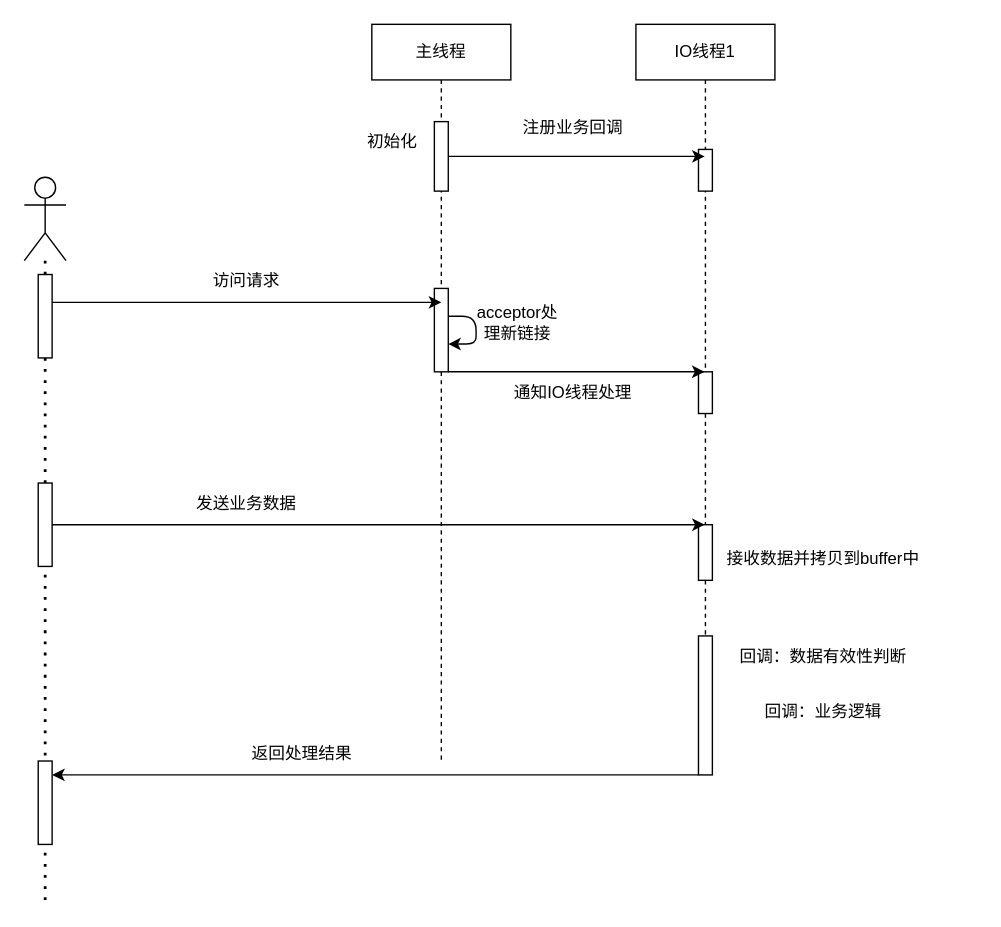
This is page "时序图" (4 of 6) of docs/easy_net.drawio from HLhuanglang/eNET, a draw.io file, before an edit. Source tidied: cells renumbered, new cells numbered last; positions are measured from the earlier drawing's top-left corner, leaving out a move shared by most shapes. Both pictures are drawn from the tidied source at 139%, with x=0, y=0 at pixel (24, 24).
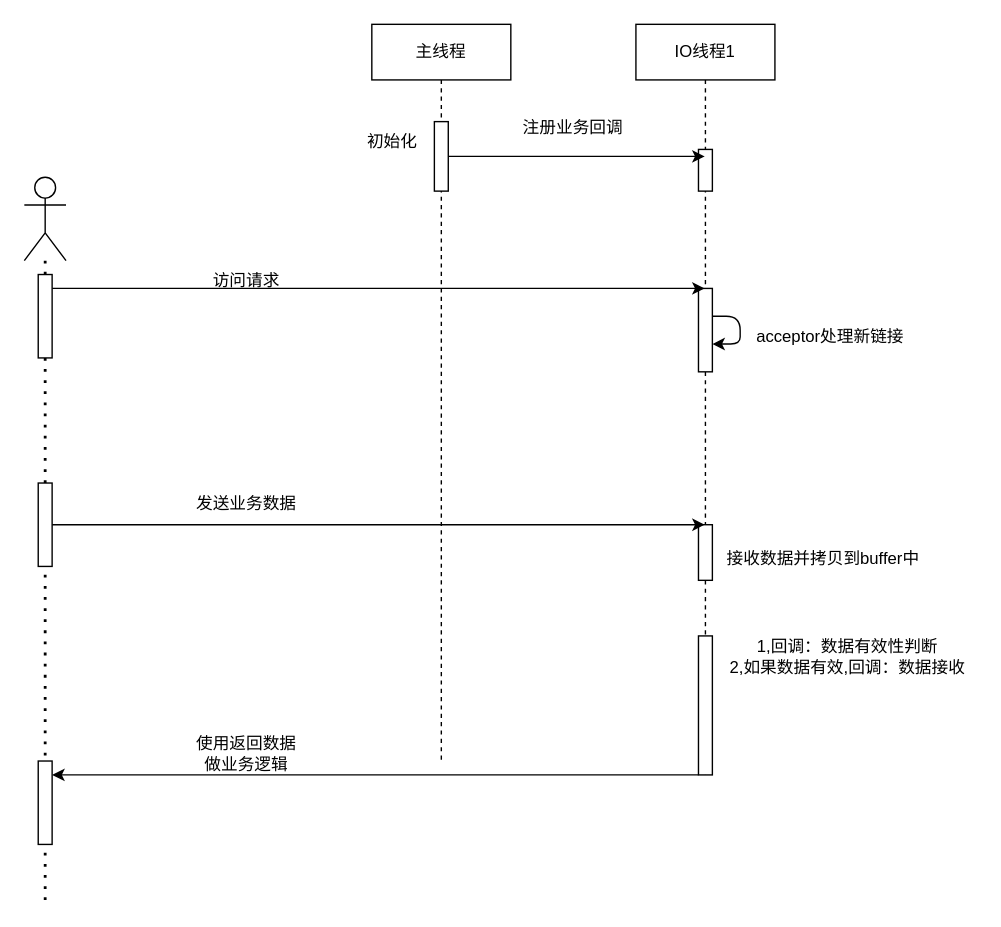
The same page after the edit.

The change refers to these unchanged cells:
```xml
<mxCell id="2" value="主线程" style="shape=umlLifeline;perimeter=lifelinePerimeter;whiteSpace=wrap;html=1;outlineConnect=0;" parent="1" vertex="1">
  <mxGeometry x="250" width="100" height="530" as="geometry" />
</mxCell>
<mxCell id="8" value="IO线程1" style="shape=umlLifeline;perimeter=lifelinePerimeter;whiteSpace=wrap;html=1;outlineConnect=0;" parent="1" vertex="1">
  <mxGeometry x="440" width="100" height="540" as="geometry" />
</mxCell>
<mxCell id="17" style="html=1;points=[];perimeter=orthogonalPerimeter;" parent="1" vertex="1">
  <mxGeometry x="10" y="180" width="10" height="60" as="geometry" />
</mxCell>
```

The edit, as a diff of the source:
```diff
@@
-    <mxCell id="3" style="edgeStyle=none;html=1;" parent="2" edge="1" source="4" target="2">
-      <mxGeometry relative="1" as="geometry" />
-    </mxCell>
-    <mxCell id="4" style="html=1;points=[];perimeter=orthogonalPerimeter;" parent="2" vertex="1">
-      <mxGeometry x="45" y="190" width="10" height="60" as="geometry" />
-    </mxCell>
-    <mxCell id="5" style="edgeStyle=none;html=1;" parent="2" edge="1" source="4" target="4">
-      <mxGeometry relative="1" as="geometry" />
-    </mxCell>
@@
-    <mxCell id="9" style="html=1;points=[];perimeter=orthogonalPerimeter;" parent="8" vertex="1">
-      <mxGeometry x="45" y="250" width="10" height="30" as="geometry" />
-    </mxCell>
@@
+    <mxCell id="4" style="html=1;points=[];perimeter=orthogonalPerimeter;" parent="8" vertex="1">
+      <mxGeometry x="45" y="190" width="10" height="60" as="geometry" />
+    </mxCell>
+    <mxCell id="5" style="edgeStyle=none;html=1;" parent="8" edge="1" source="4" target="4">
+      <mxGeometry relative="1" as="geometry" />
+    </mxCell>
+    <mxCell id="20" style="edgeStyle=none;html=1;entryX=0.433;entryY=-0.001;entryDx=0;entryDy=0;entryPerimeter=0;" parent="8" edge="1" source="4">
+      <mxGeometry relative="1" as="geometry">
+        <mxPoint x="49.3" y="250" as="targetPoint" />
+      </mxGeometry>
+    </mxCell>
-    <mxCell id="13" style="edgeStyle=none;html=1;" parent="1" edge="1" source="17">
+    <mxCell id="13" style="edgeStyle=none;html=1;" parent="1" edge="1" source="17" target="8">
       <mxGeometry relative="1" as="geometry">
-        <mxPoint x="300" y="200" as="targetPoint" />
+        <Array as="points">
+          <mxPoint x="270" y="190" />
+        </Array>
       </mxGeometry>
     </mxCell>
@@
     <mxCell id="19" value="acceptor处理新链接" style="text;html=1;strokeColor=none;fillColor=none;align=center;verticalAlign=middle;whiteSpace=wrap;rounded=0;" parent="1" vertex="1">
-      <mxGeometry x="320" y="200" width="70" height="30" as="geometry" />
+      <mxGeometry x="510" y="210" width="140" height="30" as="geometry" />
     </mxCell>
-    <mxCell id="20" style="edgeStyle=none;html=1;entryX=0.433;entryY=-0.001;entryDx=0;entryDy=0;entryPerimeter=0;" parent="1" edge="1" source="4" target="9">
-      <mxGeometry relative="1" as="geometry" />
-    </mxCell>
-    <mxCell id="21" value="通知IO线程处理" style="text;html=1;strokeColor=none;fillColor=none;align=center;verticalAlign=middle;whiteSpace=wrap;rounded=0;" parent="1" vertex="1">
-      <mxGeometry x="350" y="250" width="90" height="30" as="geometry" />
-    </mxCell>
@@
-    <mxCell id="28" value="回调：数据有效性判断" style="text;html=1;strokeColor=none;fillColor=none;align=center;verticalAlign=middle;whiteSpace=wrap;rounded=0;" parent="1" vertex="1">
-      <mxGeometry x="505" y="440" width="140" height="30" as="geometry" />
+    <mxCell id="28" value="1,回调：数据有效性判断&lt;br&gt;2,如果数据有效,回调：数据接收" style="text;html=1;strokeColor=none;fillColor=none;align=center;verticalAlign=middle;whiteSpace=wrap;rounded=0;" parent="1" vertex="1">
+      <mxGeometry x="500" y="440" width="185" height="30" as="geometry" />
     </mxCell>
@@
-    <mxCell id="30" value="返回处理结果" style="text;html=1;strokeColor=none;fillColor=none;align=center;verticalAlign=middle;whiteSpace=wrap;rounded=0;" parent="1" vertex="1">
-      <mxGeometry x="160" y="510" width="80" height="30" as="geometry" />
+    <mxCell id="30" value="使用返回数据做业务逻辑" style="text;html=1;strokeColor=none;fillColor=none;align=center;verticalAlign=middle;whiteSpace=wrap;rounded=0;" parent="1" vertex="1">
+      <mxGeometry x="120" y="510" width="80" height="30" as="geometry" />
     </mxCell>
@@
-    <mxCell id="33" value="回调：业务逻辑" style="text;html=1;strokeColor=none;fillColor=none;align=center;verticalAlign=middle;whiteSpace=wrap;rounded=0;" parent="1" vertex="1">
-      <mxGeometry x="505" y="480" width="140" height="30" as="geometry" />
-    </mxCell>
```
